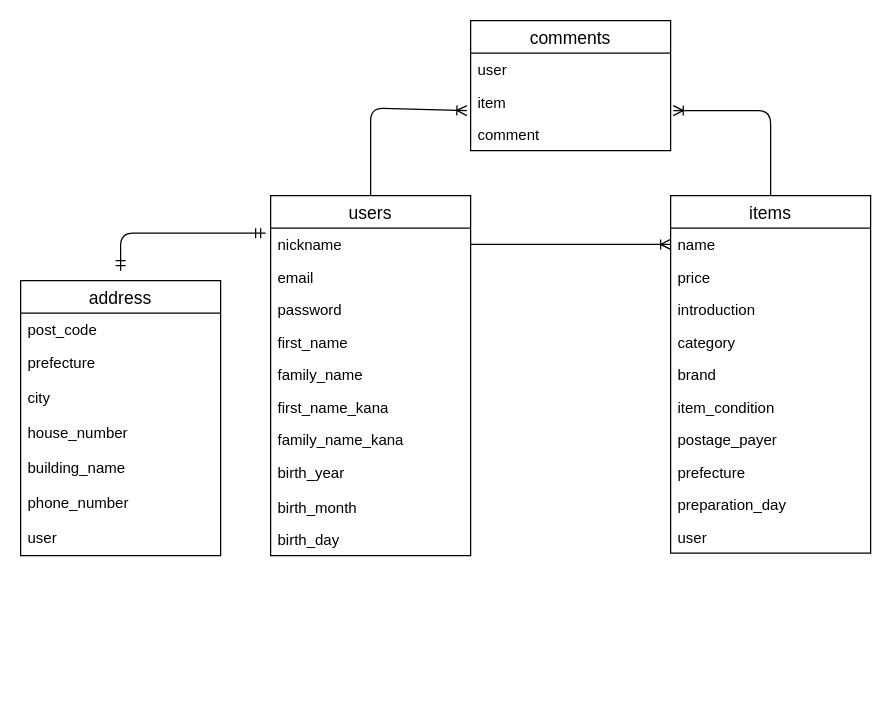
HANYA3106/furima_28753 keeps this draw.io diagram as README.drawio. Above is the earlier version. Source tidied: cells renumbered, new cells numbered last; positions are measured from the earlier drawing's top-left corner, leaving out a move shared by most shapes. Both pictures are drawn from the tidied source at 125%, with x=0, y=0 at pixel (20, 20).
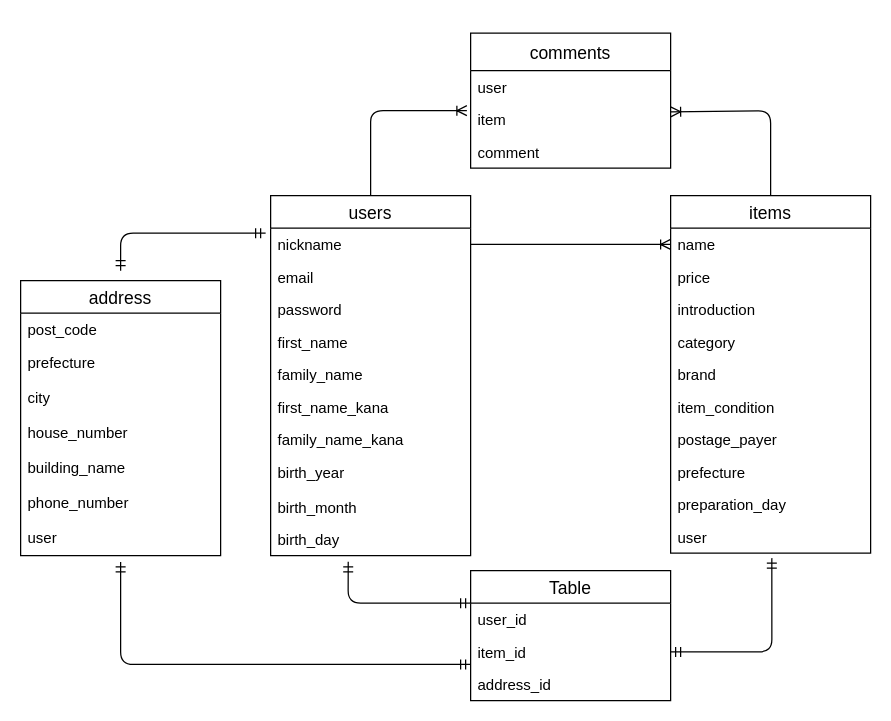
After the change.

Commit message (it also covers changes not shown here):
テーブル実装修正２

Unchanged cells that the change refers to:
```xml
<mxCell id="2" value="users" style="swimlane;fontStyle=0;horizontal=1;startSize=26;align=center;fontSize=14;" parent="1" vertex="1">
  <mxGeometry x="200" y="140" width="160" height="288" as="geometry" />
</mxCell>
<mxCell id="12" value="birth_day" style="text;strokeColor=none;fillColor=none;spacingLeft=4;spacingRight=4;overflow=hidden;points=[[0,0.5],[1,0.5]];portConstraint=eastwest;fontSize=12;" parent="2" vertex="1">
  <mxGeometry y="262" width="160" height="26" as="geometry" />
</mxCell>
<mxCell id="23" value="user" style="text;strokeColor=none;fillColor=none;spacingLeft=4;spacingRight=4;overflow=hidden;points=[[0,0.5],[1,0.5]];portConstraint=eastwest;fontSize=12;" parent="13" vertex="1">
  <mxGeometry y="260" width="160" height="26" as="geometry" />
</mxCell>
<mxCell id="39" value="user" style="text;strokeColor=none;fillColor=none;spacingLeft=4;spacingRight=4;overflow=hidden;points=[[0,0.5],[1,0.5]];portConstraint=eastwest;fontSize=12;" parent="32" vertex="1">
  <mxGeometry y="192" width="160" height="28" as="geometry" />
</mxCell>
```

What changed in the source:
```diff
@@
     <mxCell id="25" style="fontSize=12;html=1;endArrow=ERoneToMany;exitX=0.5;exitY=0;exitDx=0;exitDy=0;" parent="1" edge="1" source="2">
       <mxGeometry relative="1" as="geometry">
         <mxPoint x="357" y="72" as="targetPoint" />
         <Array as="points">
-          <mxPoint x="280" y="70" />
+          <mxPoint x="280" y="100" />
+          <mxPoint x="280" y="72" />
         </Array>
       </mxGeometry>
     </mxCell>
-    <mxCell id="26" style="fontSize=12;html=1;endArrow=ERoneToMany;exitX=0.5;exitY=0;exitDx=0;exitDy=0;entryX=1.013;entryY=0.769;entryDx=0;entryDy=0;entryPerimeter=0;" parent="1" edge="1" target="30">
+    <mxCell id="26" style="fontSize=12;html=1;endArrow=ERoneToMany;exitX=0.5;exitY=0;exitDx=0;exitDy=0;entryX=1;entryY=0.269;entryDx=0;entryDy=0;entryPerimeter=0;" parent="1" edge="1" target="30">
       <mxGeometry relative="1" as="geometry">
         <mxPoint x="600" y="140" as="sourcePoint" />
         <Array as="points">
           <mxPoint x="600" y="72" />
         </Array>
       </mxGeometry>
     </mxCell>
@@
-    <mxCell id="28" value="comments" style="swimlane;fontStyle=0;horizontal=1;startSize=26;align=center;fontSize=14;" parent="1" vertex="1">
-      <mxGeometry x="360" width="160" height="104" as="geometry" />
-    </mxCell>
-    <mxCell id="29" value="user" style="text;strokeColor=none;fillColor=none;spacingLeft=4;spacingRight=4;overflow=hidden;fontSize=12;" parent="28" vertex="1">
-      <mxGeometry y="26" width="160" height="26" as="geometry" />
-    </mxCell>
-    <mxCell id="30" value="item" style="text;strokeColor=none;fillColor=none;spacingLeft=4;spacingRight=4;overflow=hidden;points=[[0,0.5],[1,0.5]];portConstraint=eastwest;fontSize=12;" parent="28" vertex="1">
-      <mxGeometry y="52" width="160" height="26" as="geometry" />
-    </mxCell>
-    <mxCell id="31" value="comment" style="text;strokeColor=none;fillColor=none;spacingLeft=4;spacingRight=4;overflow=hidden;fontSize=12;" parent="28" vertex="1">
-      <mxGeometry y="78" width="160" height="26" as="geometry" />
-    </mxCell>
@@
+    <mxCell id="28" value="comments" style="swimlane;fontStyle=0;horizontal=1;startSize=30;align=center;fontSize=14;" parent="1" vertex="1">
+      <mxGeometry x="360" y="10" width="160" height="108" as="geometry" />
+    </mxCell>
+    <mxCell id="29" value="user" style="text;strokeColor=none;fillColor=none;spacingLeft=4;spacingRight=4;overflow=hidden;fontSize=12;" parent="28" vertex="1">
+      <mxGeometry y="30" width="160" height="26" as="geometry" />
+    </mxCell>
+    <mxCell id="30" value="item" style="text;strokeColor=none;fillColor=none;spacingLeft=4;spacingRight=4;overflow=hidden;points=[[0,0.5],[1,0.5]];portConstraint=eastwest;fontSize=12;" parent="28" vertex="1">
+      <mxGeometry y="56" width="160" height="26" as="geometry" />
+    </mxCell>
+    <mxCell id="31" value="comment" style="text;strokeColor=none;fillColor=none;spacingLeft=4;spacingRight=4;overflow=hidden;fontSize=12;" parent="28" vertex="1">
+      <mxGeometry y="82" width="160" height="26" as="geometry" />
+    </mxCell>
+    <mxCell id="41" value="Table" style="swimlane;fontStyle=0;horizontal=1;startSize=26;align=center;fontSize=14;" parent="1" vertex="1">
+      <mxGeometry x="360" y="440" width="160" height="104" as="geometry" />
+    </mxCell>
+    <mxCell id="42" value="user_id" style="text;strokeColor=none;fillColor=none;spacingLeft=4;spacingRight=4;overflow=hidden;points=[[0,0.5],[1,0.5]];portConstraint=eastwest;fontSize=12;" parent="41" vertex="1">
+      <mxGeometry y="26" width="160" height="26" as="geometry" />
+    </mxCell>
+    <mxCell id="43" value="item_id" style="text;strokeColor=none;fillColor=none;spacingLeft=4;spacingRight=4;overflow=hidden;points=[[0,0.5],[1,0.5]];portConstraint=eastwest;fontSize=12;" parent="41" vertex="1">
+      <mxGeometry y="52" width="160" height="26" as="geometry" />
+    </mxCell>
+    <mxCell id="44" value="address_id" style="text;strokeColor=none;fillColor=none;spacingLeft=4;spacingRight=4;overflow=hidden;fontSize=12;" parent="41" vertex="1">
+      <mxGeometry y="78" width="160" height="26" as="geometry" />
+    </mxCell>
+    <mxCell id="45" style="fontSize=12;html=1;endArrow=ERmandOne;startArrow=ERmandOne;exitX=1;exitY=0.5;exitDx=0;exitDy=0;entryX=0.506;entryY=1.154;entryDx=0;entryDy=0;entryPerimeter=0;" parent="1" edge="1" source="43" target="23">
+      <mxGeometry relative="1" as="geometry">
+        <Array as="points">
+          <mxPoint x="601" y="505" />
+        </Array>
+      </mxGeometry>
+    </mxCell>
+    <mxCell id="46" style="fontSize=12;html=1;endArrow=ERmandOne;startArrow=ERmandOne;exitX=0;exitY=0.885;exitDx=0;exitDy=0;entryX=0.5;entryY=1.179;entryDx=0;entryDy=0;entryPerimeter=0;exitPerimeter=0;" parent="1" edge="1" source="43" target="39">
+      <mxGeometry relative="1" as="geometry">
+        <Array as="points">
+          <mxPoint x="80" y="515" />
+        </Array>
+      </mxGeometry>
+    </mxCell>
+    <mxCell id="47" style="fontSize=12;html=1;endArrow=ERmandOne;startArrow=ERmandOne;exitX=0;exitY=0;exitDx=0;exitDy=0;entryX=0.388;entryY=1.192;entryDx=0;entryDy=0;entryPerimeter=0;exitPerimeter=0;" parent="1" edge="1" source="42" target="12">
+      <mxGeometry relative="1" as="geometry">
+        <Array as="points">
+          <mxPoint x="262" y="466" />
+        </Array>
+      </mxGeometry>
+    </mxCell>
```
